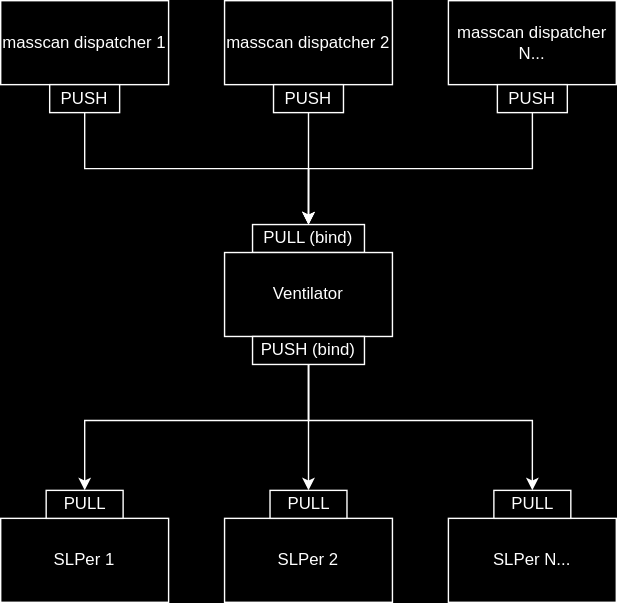
The draw.io diagram arch.svg in Meesterbouwer123/OpenSeeker, before a commit. Source tidied: cells renumbered, new cells last; positions are measured from the earlier drawing's top-left corner, leaving out a move shared by most shapes. The source it was exported from:
```xml
<mxGraphModel>
  <root>
    <mxCell id="0" />
    <mxCell id="1" parent="0" />
    <mxCell id="2" value="&lt;div&gt;masscan dispatcher 1&lt;/div&gt;" style="rounded=0;whiteSpace=wrap;html=1;" parent="1" vertex="1">
      <mxGeometry width="120" height="60" as="geometry" />
    </mxCell>
    <mxCell id="3" value="&lt;div&gt;masscan dispatcher 2&lt;/div&gt;" style="rounded=0;whiteSpace=wrap;html=1;" parent="1" vertex="1">
      <mxGeometry x="160" width="120" height="60" as="geometry" />
    </mxCell>
    <mxCell id="4" value="&lt;div&gt;masscan dispatcher N...&lt;/div&gt;" style="rounded=0;whiteSpace=wrap;html=1;" parent="1" vertex="1">
      <mxGeometry x="320" width="120" height="60" as="geometry" />
    </mxCell>
    <mxCell id="5" value="PULL (bind)" style="rounded=0;whiteSpace=wrap;html=1;" parent="1" vertex="1">
      <mxGeometry x="180" y="160" width="80" height="20" as="geometry" />
    </mxCell>
    <mxCell id="6" style="edgeStyle=orthogonalEdgeStyle;rounded=0;jettySize=auto;html=1;entryX=0.5;entryY=0;entryDx=0;entryDy=0;" parent="1" edge="1" source="7" target="5">
      <mxGeometry relative="1" as="geometry">
        <Array as="points">
          <mxPoint x="60" y="120" />
          <mxPoint x="220" y="120" />
        </Array>
      </mxGeometry>
    </mxCell>
    <mxCell id="7" value="&lt;div&gt;PUSH&lt;/div&gt;" style="rounded=0;whiteSpace=wrap;html=1;" parent="1" vertex="1">
      <mxGeometry x="35" y="60" width="50" height="20" as="geometry" />
    </mxCell>
    <mxCell id="8" style="edgeStyle=orthogonalEdgeStyle;rounded=0;jettySize=auto;html=1;" parent="1" edge="1" source="9" target="5">
      <mxGeometry relative="1" as="geometry" />
    </mxCell>
    <mxCell id="9" value="&lt;div&gt;PUSH&lt;/div&gt;" style="rounded=0;whiteSpace=wrap;html=1;" parent="1" vertex="1">
      <mxGeometry x="195" y="60" width="50" height="20" as="geometry" />
    </mxCell>
    <mxCell id="10" style="edgeStyle=orthogonalEdgeStyle;rounded=0;jettySize=auto;html=1;entryX=0.5;entryY=0;entryDx=0;entryDy=0;" parent="1" edge="1" source="11" target="5">
      <mxGeometry relative="1" as="geometry">
        <Array as="points">
          <mxPoint x="380" y="120" />
          <mxPoint x="220" y="120" />
        </Array>
      </mxGeometry>
    </mxCell>
    <mxCell id="11" value="&lt;div&gt;PUSH&lt;/div&gt;" style="rounded=0;whiteSpace=wrap;html=1;" parent="1" vertex="1">
      <mxGeometry x="355" y="60" width="50" height="20" as="geometry" />
    </mxCell>
    <mxCell id="12" value="&lt;div&gt;Ventilator&lt;/div&gt;" style="rounded=0;whiteSpace=wrap;html=1;" parent="1" vertex="1">
      <mxGeometry x="160" y="180" width="120" height="60" as="geometry" />
    </mxCell>
    <mxCell id="13" style="edgeStyle=orthogonalEdgeStyle;rounded=0;jettySize=auto;html=1;" parent="1" edge="1" source="16" target="21">
      <mxGeometry relative="1" as="geometry" />
    </mxCell>
    <mxCell id="14" style="edgeStyle=orthogonalEdgeStyle;rounded=0;jettySize=auto;html=1;" parent="1" edge="1" source="16" target="20">
      <mxGeometry relative="1" as="geometry">
        <Array as="points">
          <mxPoint x="220" y="300" />
          <mxPoint x="60" y="300" />
        </Array>
      </mxGeometry>
    </mxCell>
    <mxCell id="15" style="edgeStyle=orthogonalEdgeStyle;rounded=0;jettySize=auto;html=1;entryX=0.5;entryY=0;entryDx=0;entryDy=0;" parent="1" edge="1" source="16" target="22">
      <mxGeometry relative="1" as="geometry">
        <Array as="points">
          <mxPoint x="220" y="300" />
          <mxPoint x="380" y="300" />
        </Array>
      </mxGeometry>
    </mxCell>
    <mxCell id="16" value="&lt;div&gt;PUSH (bind)&lt;/div&gt;" style="rounded=0;whiteSpace=wrap;html=1;" parent="1" vertex="1">
      <mxGeometry x="180" y="240" width="80" height="20" as="geometry" />
    </mxCell>
    <mxCell id="17" value="&lt;div&gt;SLPer 1&lt;/div&gt;" style="rounded=0;whiteSpace=wrap;html=1;" parent="1" vertex="1">
      <mxGeometry y="370" width="120" height="60" as="geometry" />
    </mxCell>
    <mxCell id="18" value="&lt;div&gt;SLPer 2&lt;/div&gt;" style="rounded=0;whiteSpace=wrap;html=1;" parent="1" vertex="1">
      <mxGeometry x="160" y="370" width="120" height="60" as="geometry" />
    </mxCell>
    <mxCell id="19" value="&lt;div&gt;SLPer N...&lt;br&gt;&lt;/div&gt;" style="rounded=0;whiteSpace=wrap;html=1;" parent="1" vertex="1">
      <mxGeometry x="320" y="370" width="120" height="60" as="geometry" />
    </mxCell>
    <mxCell id="20" value="&lt;div&gt;PULL&lt;/div&gt;" style="rounded=0;whiteSpace=wrap;html=1;" parent="1" vertex="1">
      <mxGeometry x="32.5" y="350" width="55" height="20" as="geometry" />
    </mxCell>
    <mxCell id="21" value="&lt;div&gt;PULL&lt;/div&gt;" style="rounded=0;whiteSpace=wrap;html=1;" parent="1" vertex="1">
      <mxGeometry x="192.5" y="350" width="55" height="20" as="geometry" />
    </mxCell>
    <mxCell id="22" value="&lt;div&gt;PULL&lt;/div&gt;" style="rounded=0;whiteSpace=wrap;html=1;" parent="1" vertex="1">
      <mxGeometry x="352.5" y="350" width="55" height="20" as="geometry" />
    </mxCell>
  </root>
</mxGraphModel>
```
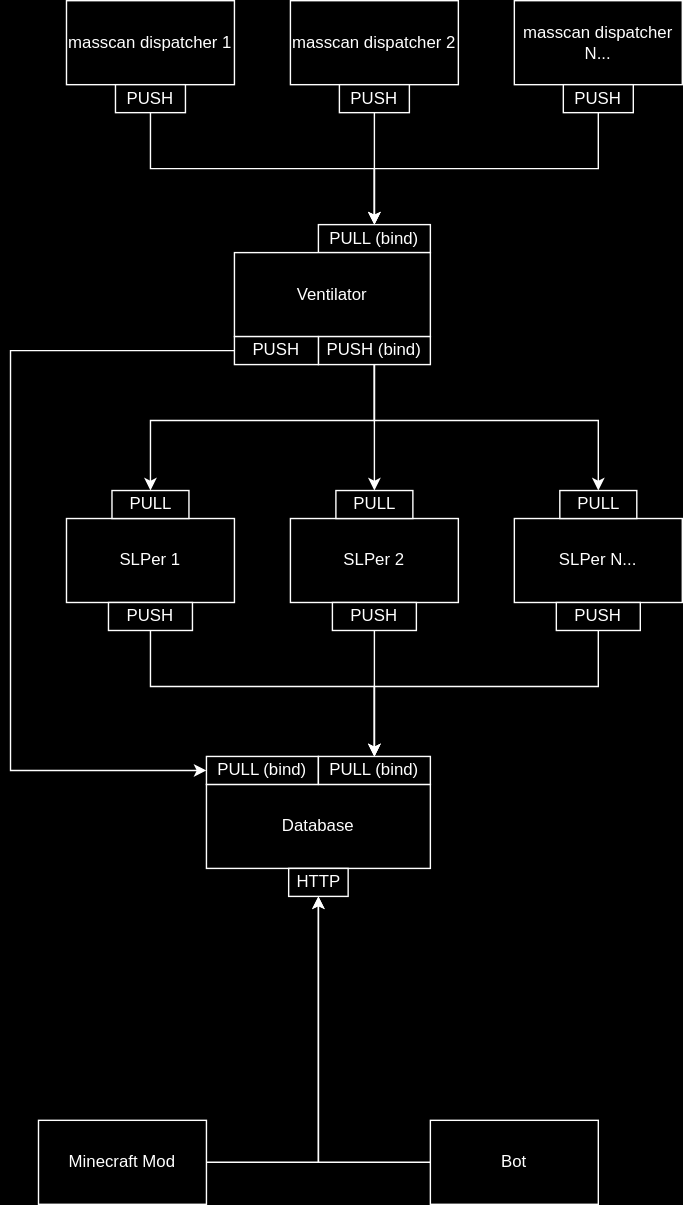
The same diagram one commit later.

Commit message:
shitty intermediate arch

Diff of the diagram source:
```diff
@@ -43,7 +43,7 @@
       <mxGeometry x="355" y="60" width="50" height="20" as="geometry" />
     </mxCell>
     <mxCell id="12" value="&lt;div&gt;Ventilator&lt;/div&gt;" style="rounded=0;whiteSpace=wrap;html=1;" parent="1" vertex="1">
-      <mxGeometry x="160" y="180" width="120" height="60" as="geometry" />
+      <mxGeometry x="120" y="180" width="140" height="60" as="geometry" />
     </mxCell>
     <mxCell id="13" style="edgeStyle=orthogonalEdgeStyle;rounded=0;jettySize=auto;html=1;" parent="1" edge="1" source="16" target="21">
       <mxGeometry relative="1" as="geometry" />
@@ -85,5 +85,68 @@
     <mxCell id="22" value="&lt;div&gt;PULL&lt;/div&gt;" style="rounded=0;whiteSpace=wrap;html=1;" parent="1" vertex="1">
       <mxGeometry x="352.5" y="350" width="55" height="20" as="geometry" />
     </mxCell>
+    <mxCell id="23" value="&lt;div&gt;Database&lt;/div&gt;" style="rounded=0;whiteSpace=wrap;html=1;" parent="1" vertex="1">
+      <mxGeometry x="100" y="560" width="160" height="60" as="geometry" />
+    </mxCell>
+    <mxCell id="24" value="PULL (bind)" style="rounded=0;whiteSpace=wrap;html=1;" parent="1" vertex="1">
+      <mxGeometry x="100" y="540" width="80" height="20" as="geometry" />
+    </mxCell>
+    <mxCell id="25" value="PULL (bind)" style="rounded=0;whiteSpace=wrap;html=1;" parent="1" vertex="1">
+      <mxGeometry x="180" y="540" width="80" height="20" as="geometry" />
+    </mxCell>
+    <mxCell id="26" style="edgeStyle=orthogonalEdgeStyle;rounded=0;jettySize=auto;html=1;entryX=0;entryY=0.5;entryDx=0;entryDy=0;" parent="1" edge="1" source="27" target="24">
+      <mxGeometry relative="1" as="geometry">
+        <Array as="points">
+          <mxPoint x="-40" y="250" />
+          <mxPoint x="-40" y="550" />
+        </Array>
+      </mxGeometry>
+    </mxCell>
+    <mxCell id="27" value="PUSH" style="rounded=0;whiteSpace=wrap;html=1;" parent="1" vertex="1">
+      <mxGeometry x="120" y="240" width="60" height="20" as="geometry" />
+    </mxCell>
+    <mxCell id="28" style="edgeStyle=orthogonalEdgeStyle;rounded=0;jettySize=auto;html=1;entryX=0.5;entryY=0;entryDx=0;entryDy=0;" parent="1" edge="1" source="29" target="25">
+      <mxGeometry relative="1" as="geometry">
+        <Array as="points">
+          <mxPoint x="60" y="490" />
+          <mxPoint x="220" y="490" />
+        </Array>
+      </mxGeometry>
+    </mxCell>
+    <mxCell id="29" value="PUSH" style="rounded=0;whiteSpace=wrap;html=1;" parent="1" vertex="1">
+      <mxGeometry x="30" y="430" width="60" height="20" as="geometry" />
+    </mxCell>
+    <mxCell id="30" style="edgeStyle=orthogonalEdgeStyle;rounded=0;jettySize=auto;html=1;" parent="1" edge="1" source="31" target="25">
+      <mxGeometry relative="1" as="geometry" />
+    </mxCell>
+    <mxCell id="31" value="PUSH" style="rounded=0;whiteSpace=wrap;html=1;" parent="1" vertex="1">
+      <mxGeometry x="190" y="430" width="60" height="20" as="geometry" />
+    </mxCell>
+    <mxCell id="32" style="edgeStyle=orthogonalEdgeStyle;rounded=0;jettySize=auto;html=1;entryX=0.5;entryY=0;entryDx=0;entryDy=0;" parent="1" edge="1" source="33" target="25">
+      <mxGeometry relative="1" as="geometry">
+        <Array as="points">
+          <mxPoint x="380" y="490" />
+          <mxPoint x="220" y="490" />
+        </Array>
+      </mxGeometry>
+    </mxCell>
+    <mxCell id="33" value="PUSH" style="rounded=0;whiteSpace=wrap;html=1;" parent="1" vertex="1">
+      <mxGeometry x="350" y="430" width="60" height="20" as="geometry" />
+    </mxCell>
+    <mxCell id="34" style="edgeStyle=orthogonalEdgeStyle;rounded=0;jettySize=auto;html=1;entryX=0.5;entryY=1;entryDx=0;entryDy=0;" parent="1" edge="1" source="35" target="36">
+      <mxGeometry relative="1" as="geometry" />
+    </mxCell>
+    <mxCell id="35" value="&lt;div&gt;Bot&lt;/div&gt;" style="rounded=0;whiteSpace=wrap;html=1;" parent="1" vertex="1">
+      <mxGeometry x="260" y="800" width="120" height="60" as="geometry" />
+    </mxCell>
+    <mxCell id="36" value="&lt;div&gt;HTTP&lt;/div&gt;" style="rounded=0;whiteSpace=wrap;html=1;" parent="1" vertex="1">
+      <mxGeometry x="158.8" y="620" width="42.5" height="20" as="geometry" />
+    </mxCell>
+    <mxCell id="37" style="edgeStyle=orthogonalEdgeStyle;rounded=0;jettySize=auto;html=1;entryX=0.5;entryY=1;entryDx=0;entryDy=0;" parent="1" edge="1" source="38" target="36">
+      <mxGeometry relative="1" as="geometry" />
+    </mxCell>
+    <mxCell id="38" value="Minecraft Mod" style="rounded=0;whiteSpace=wrap;html=1;" parent="1" vertex="1">
+      <mxGeometry x="-20" y="800" width="120" height="60" as="geometry" />
+    </mxCell>
   </root>
 </mxGraphModel>
```
